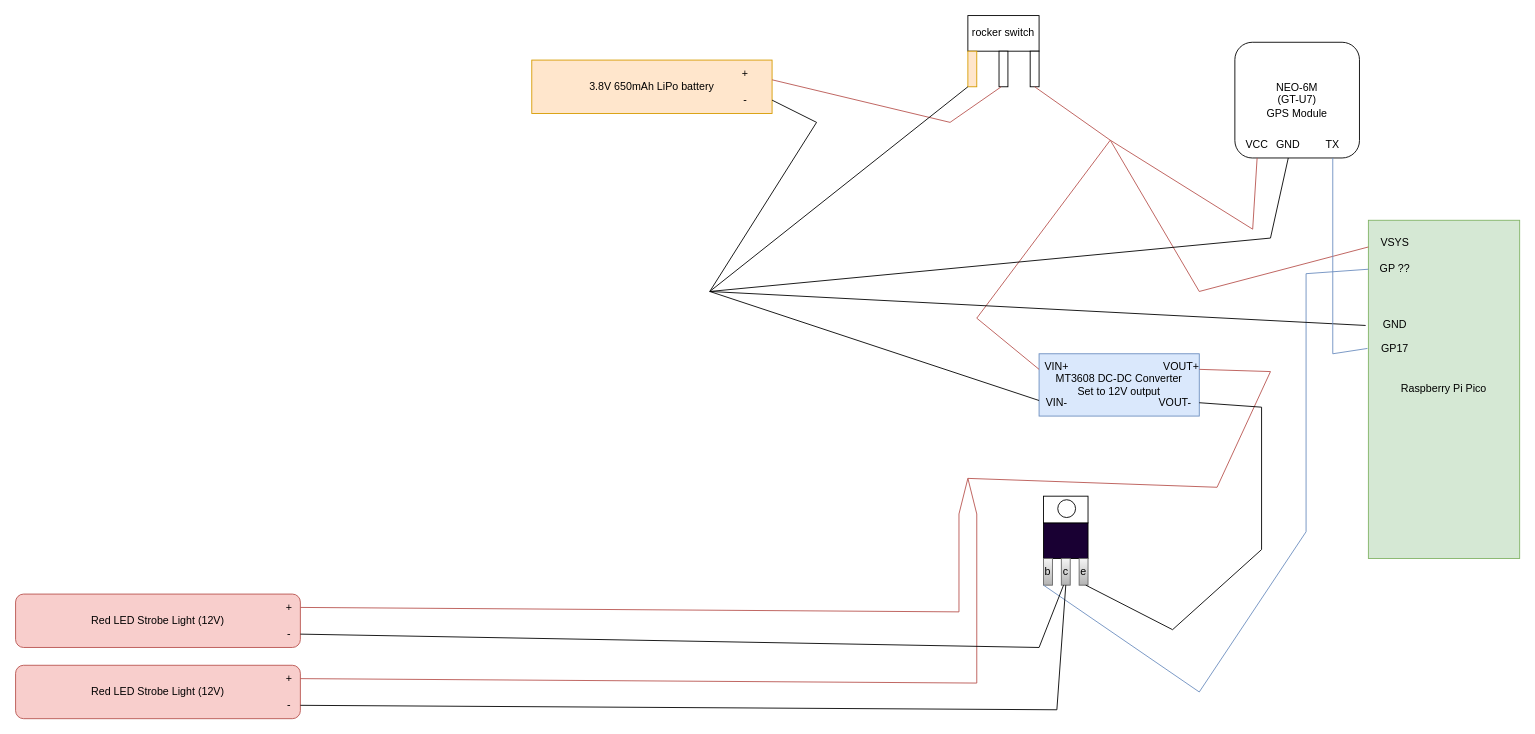
Before: page "Page-1" (1 of 2) of schematic.drawio in TimHanewich/deceleration-strobe, a draw.io diagram. Source tidied: cells renumbered, new cells numbered last; positions are measured from the earlier drawing's top-left corner, leaving out a move shared by most shapes. Both pictures are drawn from the tidied source at 89%, with x=0, y=0 at pixel (15, 15).
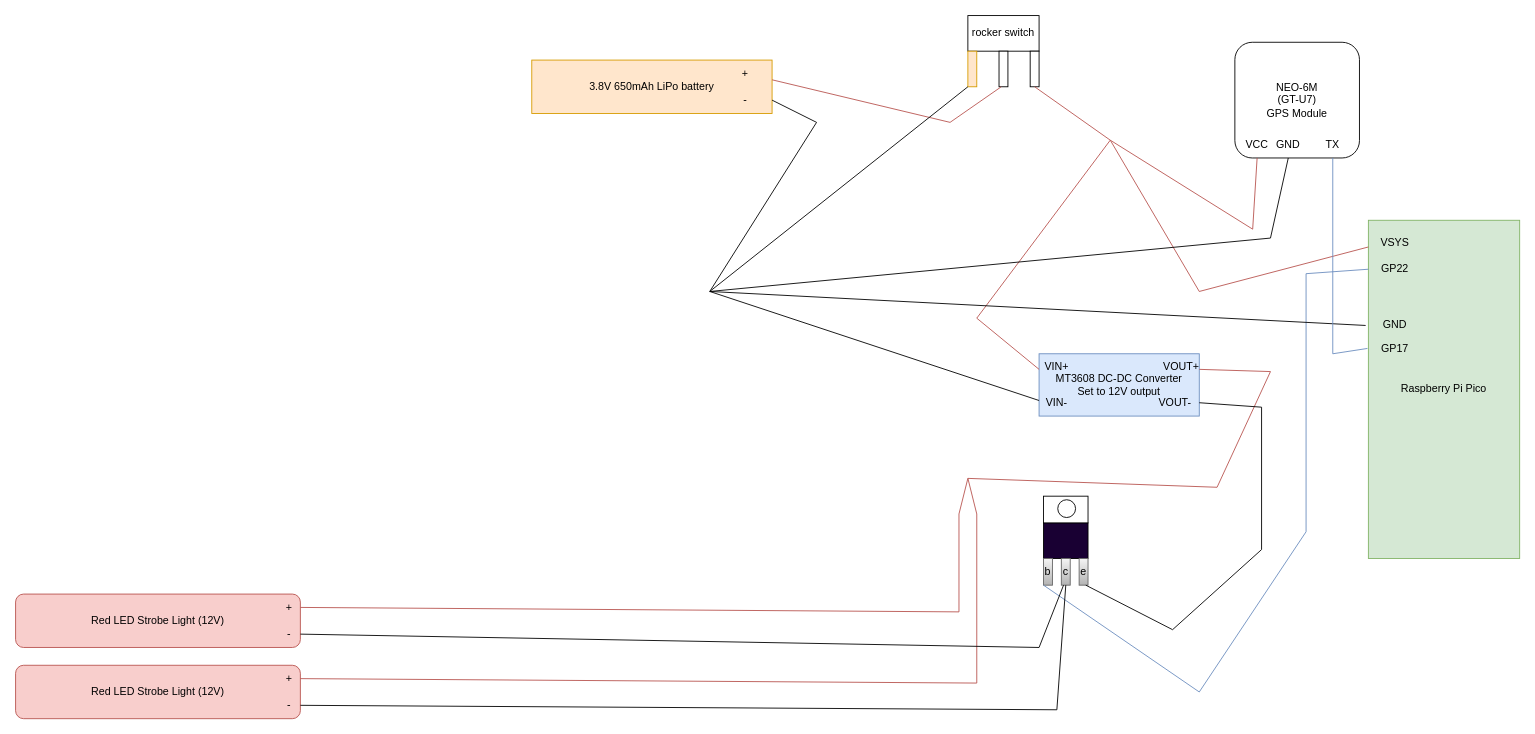
After the change.

What changed in the source:
```diff
@@
-    <mxCell id="48" value="GP ??" style="text;html=1;strokeColor=none;fillColor=none;align=center;verticalAlign=middle;whiteSpace=wrap;rounded=0;" parent="1" vertex="1">
+    <mxCell id="48" value="GP22" style="text;html=1;strokeColor=none;fillColor=none;align=center;verticalAlign=middle;whiteSpace=wrap;rounded=0;" parent="1" vertex="1">
       <mxGeometry x="1520" y="270" width="60" height="30" as="geometry" />
     </mxCell>
```
